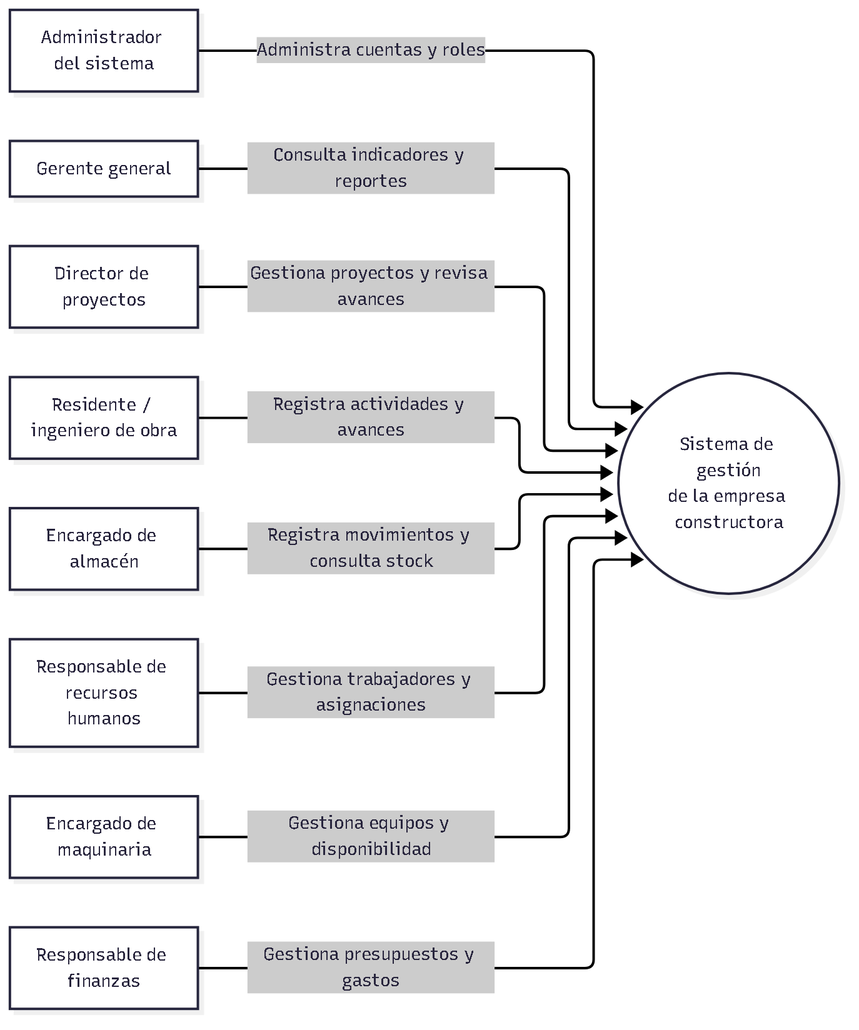
This is img/nivel1-contexto.png from dostinarroyo/Constructora-arquitSoft-02-Dostin_Arroyo, a Mermaid export, as it was before one commit. Its source is kept beside it as img/fuentes/nivel1-contexto.mmd. The source it was exported from:
```mermaid
flowchart LR
    admin["Administrador del sistema"]
    gerencia["Gerente general"]
    proyectos["Responsable de proyectos y obras"]
    almacen["Responsable de almacén"]
    personal["Responsable de personal"]
    finanzas["Responsable financiero"]

    sistema(("Sistema de gestión<br/>de la empresa constructora"))

    admin -->|"Administra cuentas y roles"| sistema
    gerencia -->|"Consulta indicadores y reportes"| sistema
    proyectos -->|"Gestiona proyectos, actividades y avances"| sistema
    almacen -->|"Registra movimientos y consulta stock"| sistema
    personal -->|"Gestiona trabajadores y asignaciones"| sistema
    finanzas -->|"Gestiona presupuestos y gastos"| sistema
```
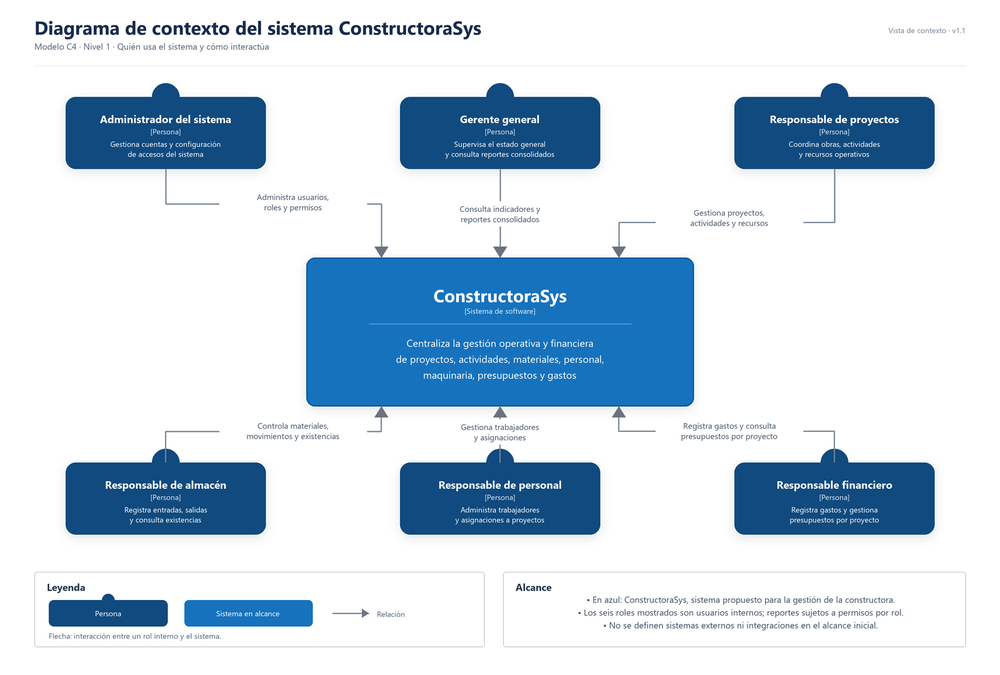
Later version of the same file.

Commit message:
docs: actualizar diagrama de contexto del sistema

The edit, as a diff of the source:
```diff
@@ -1,16 +1,21 @@
-flowchart LR
-    admin["Administrador del sistema"]
-    gerencia["Gerente general"]
-    proyectos["Responsable de proyectos y obras"]
-    almacen["Responsable de almacén"]
-    personal["Responsable de personal"]
-    finanzas["Responsable financiero"]
+flowchart TB
+    admin["Administrador del sistema<br/>[Persona]<br/>Gestiona usuarios, roles y permisos"]
+    gerencia["Gerente general<br/>[Persona]<br/>Consulta indicadores y reportes consolidados"]
+    proyectos["Responsable de proyectos y obras<br/>[Persona]<br/>Coordina obras, actividades y recursos"]
+    almacen["Responsable de almacén<br/>[Persona]<br/>Registra movimientos y consulta existencias"]
+    personal["Responsable de personal<br/>[Persona]<br/>Gestiona trabajadores y asignaciones"]
+    finanzas["Responsable financiero<br/>[Persona]<br/>Registra gastos y consulta presupuestos"]
 
-    sistema(("Sistema de gestión<br/>de la empresa constructora"))
+    sistema["ConstructoraSys<br/>[Sistema de software]<br/>Centraliza la gestión operativa y financiera de proyectos,<br/>actividades, materiales, personal, maquinaria y gastos"]
 
-    admin -->|"Administra cuentas y roles"| sistema
-    gerencia -->|"Consulta indicadores y reportes"| sistema
-    proyectos -->|"Gestiona proyectos, actividades y avances"| sistema
-    almacen -->|"Registra movimientos y consulta stock"| sistema
+    admin -->|"Administra usuarios, roles y permisos"| sistema
+    gerencia -->|"Consulta indicadores y reportes consolidados"| sistema
+    proyectos -->|"Gestiona proyectos, actividades y recursos"| sistema
+    almacen -->|"Controla materiales, movimientos y existencias"| sistema
     personal -->|"Gestiona trabajadores y asignaciones"| sistema
-    finanzas -->|"Gestiona presupuestos y gastos"| sistema
+    finanzas -->|"Registra gastos y consulta presupuestos por proyecto"| sistema
+
+    classDef person fill:#104A7E,color:#ffffff,stroke:#104A7E
+    classDef software fill:#1672BD,color:#ffffff,stroke:#0B5594
+    class admin,gerencia,proyectos,almacen,personal,finanzas person
+    class sistema software
```
